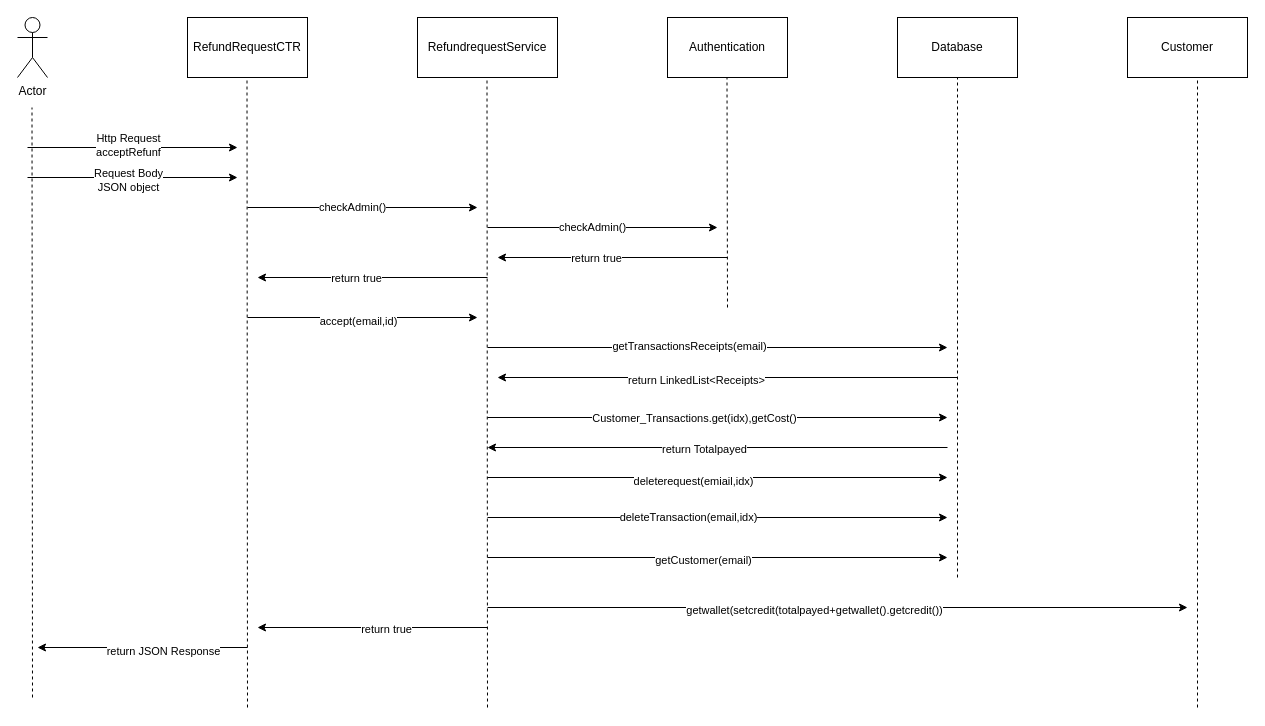
gamdeeen/FawranWebService keeps this draw.io diagram as Sequence Diagrams/acceptRefund.drawio. Above is the earlier version. Source tidied: cells renumbered, new cells numbered last; positions are measured from the earlier drawing's top-left corner, leaving out a move shared by most shapes. Both pictures are drawn from the tidied source at 100%, with x=0, y=0 at pixel (17, 17).
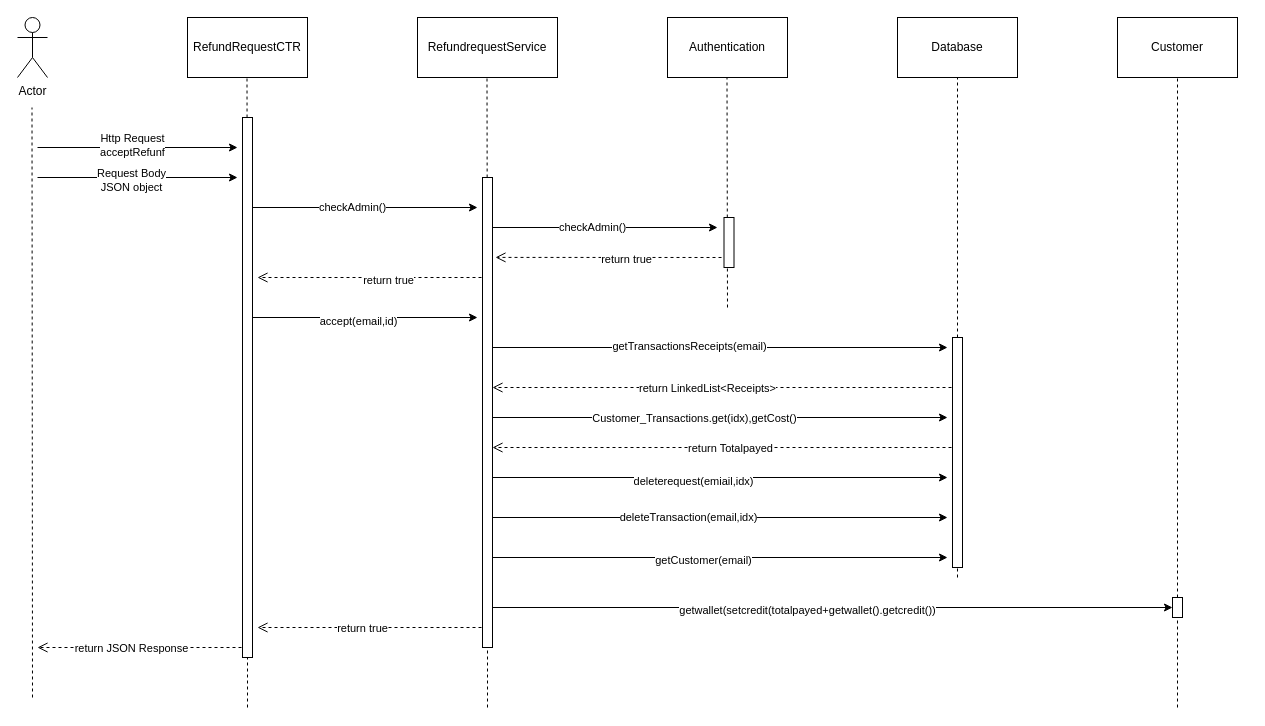
The same diagram, later.

Commit message (it also covers changes not shown here):
added sequence diagrams

Change to the diagram source:
```diff
@@
     <mxCell id="7" value="Customer" style="rounded=0;whiteSpace=wrap;html=1;" parent="1" vertex="1">
-      <mxGeometry x="1110" width="120" height="60" as="geometry" />
+      <mxGeometry x="1100" width="120" height="60" as="geometry" />
     </mxCell>
@@
-    <mxCell id="9" style="endArrow=none;dashed=1;html=1;rounded=0;" parent="1" edge="1">
+    <mxCell id="9" style="endArrow=none;dashed=1;html=1;rounded=0;startArrow=none;" parent="1" edge="1" source="57">
       <mxGeometry relative="1" as="geometry">
-        <mxPoint x="230" y="690" as="sourcePoint" />
         <mxPoint x="229.5" y="60" as="targetPoint" />
       </mxGeometry>
     </mxCell>
-    <mxCell id="10" style="endArrow=none;dashed=1;html=1;rounded=0;" parent="1" edge="1">
+    <mxCell id="10" style="endArrow=none;dashed=1;html=1;rounded=0;startArrow=none;" parent="1" edge="1" source="59">
       <mxGeometry relative="1" as="geometry">
-        <mxPoint x="470" y="690" as="sourcePoint" />
         <mxPoint x="469.5" y="60" as="targetPoint" />
       </mxGeometry>
     </mxCell>
@@
-    <mxCell id="13" style="endArrow=none;dashed=1;html=1;rounded=0;" parent="1" edge="1">
-      <mxGeometry relative="1" as="geometry">
-        <mxPoint x="1180" y="690" as="sourcePoint" />
-        <mxPoint x="1180" y="60" as="targetPoint" />
-      </mxGeometry>
+    <mxCell id="13" style="endArrow=none;dashed=1;html=1;rounded=0;startArrow=none;entryX=0.5;entryY=1;entryDx=0;entryDy=0;" parent="1" edge="1" source="63" target="7">
+      <mxGeometry relative="1" as="geometry" />
     </mxCell>
     <mxCell id="14" style="endArrow=classic;html=1;rounded=0;" parent="1" edge="1">
       <mxGeometry relative="1" as="geometry">
-        <mxPoint x="10" y="130" as="sourcePoint" />
+        <mxPoint x="20" y="130" as="sourcePoint" />
         <mxPoint x="220" y="130" as="targetPoint" />
       </mxGeometry>
     </mxCell>
@@
     <mxCell id="16" style="endArrow=classic;html=1;rounded=0;" parent="1" edge="1">
       <mxGeometry relative="1" as="geometry">
-        <mxPoint x="10" y="160" as="sourcePoint" />
+        <mxPoint x="20" y="160" as="sourcePoint" />
         <mxPoint x="220" y="160" as="targetPoint" />
       </mxGeometry>
     </mxCell>
@@
-    <mxCell id="22" style="endArrow=classic;html=1;rounded=0;" parent="1" edge="1">
-      <mxGeometry relative="1" as="geometry">
-        <mxPoint x="710" y="240" as="sourcePoint" />
-        <mxPoint x="480" y="240" as="targetPoint" />
-      </mxGeometry>
-    </mxCell>
-    <mxCell id="23" value="return true" style="edgeLabel;html=1;align=center;verticalAlign=middle;" parent="22" vertex="1">
-      <mxGeometry x="0.15" relative="1" as="geometry" />
-    </mxCell>
-    <mxCell id="24" style="endArrow=classic;html=1;rounded=0;" parent="1" edge="1">
-      <mxGeometry relative="1" as="geometry">
-        <mxPoint x="470" y="260" as="sourcePoint" />
-        <mxPoint x="240" y="260" as="targetPoint" />
-      </mxGeometry>
-    </mxCell>
-    <mxCell id="25" value="return true" style="edgeLabel;html=1;align=center;verticalAlign=middle;" parent="24" vertex="1">
-      <mxGeometry x="0.15" relative="1" as="geometry" />
-    </mxCell>
@@
-    <mxCell id="30" style="endArrow=classic;html=1;rounded=0;" parent="1" edge="1">
-      <mxGeometry relative="1" as="geometry">
-        <mxPoint x="940" y="360" as="sourcePoint" />
-        <mxPoint x="480" y="360" as="targetPoint" />
-      </mxGeometry>
-    </mxCell>
-    <mxCell id="31" value="return LinkedList&amp;lt;Receipts&amp;gt;" style="edgeLabel;html=1;align=center;verticalAlign=middle;" parent="30" vertex="1">
-      <mxGeometry x="0.14" y="2" relative="1" as="geometry" />
-    </mxCell>
@@
-    <mxCell id="38" style="endArrow=classic;html=1;rounded=0;" parent="1" edge="1">
-      <mxGeometry relative="1" as="geometry">
-        <mxPoint x="930" y="430" as="sourcePoint" />
-        <mxPoint x="470" y="430" as="targetPoint" />
-      </mxGeometry>
-    </mxCell>
-    <mxCell id="39" value="return Totalpayed" style="edgeLabel;html=1;align=center;verticalAlign=middle;" parent="38" vertex="1">
-      <mxGeometry x="0.06" y="1" relative="1" as="geometry" />
-    </mxCell>
@@
-    <mxCell id="42" style="endArrow=classic;html=1;rounded=0;" parent="1" edge="1">
+    <mxCell id="42" style="endArrow=classic;html=1;rounded=0;entryX=0;entryY=0.5;entryDx=0;entryDy=0;" parent="1" edge="1" target="63">
       <mxGeometry relative="1" as="geometry">
         <mxPoint x="470" y="590" as="sourcePoint" />
-        <mxPoint x="1170" y="590" as="targetPoint" />
       </mxGeometry>
     </mxCell>
@@
-    <mxCell id="44" style="endArrow=classic;html=1;rounded=0;" parent="1" edge="1">
-      <mxGeometry relative="1" as="geometry">
-        <mxPoint x="470" y="610" as="sourcePoint" />
-        <mxPoint x="240" y="610" as="targetPoint" />
-      </mxGeometry>
-    </mxCell>
-    <mxCell id="45" value="return true" style="edgeLabel;html=1;align=center;verticalAlign=middle;" parent="44" vertex="1">
-      <mxGeometry x="-0.11" y="1" relative="1" as="geometry" />
-    </mxCell>
-    <mxCell id="46" style="endArrow=classic;html=1;rounded=0;" parent="1" edge="1">
-      <mxGeometry relative="1" as="geometry">
-        <mxPoint x="230" y="630" as="sourcePoint" />
-        <mxPoint x="20" y="630" as="targetPoint" />
-      </mxGeometry>
-    </mxCell>
+    <mxCell id="48" style="html=1;verticalAlign=bottom;endArrow=open;dashed=1;endSize=8;rounded=0;entryX=1.3;entryY=0.17;entryDx=0;entryDy=0;entryPerimeter=0;" parent="1" edge="1" target="59">
+      <mxGeometry x="-1" y="-171" relative="1" as="geometry">
+        <mxPoint x="710" y="240" as="sourcePoint" />
+        <mxPoint x="160" y="111" as="offset" />
+      </mxGeometry>
+    </mxCell>
+    <mxCell id="49" value="return true" style="edgeLabel;html=1;align=center;verticalAlign=middle;" parent="48" vertex="1">
+      <mxGeometry x="-0.13" y="2" relative="1" as="geometry" />
+    </mxCell>
+    <mxCell id="50" style="html=1;verticalAlign=bottom;endArrow=open;dashed=1;endSize=8;rounded=0;" parent="1" edge="1">
+      <mxGeometry x="-1" y="-171" relative="1" as="geometry">
+        <mxPoint x="470" y="260" as="sourcePoint" />
+        <mxPoint x="240" y="260" as="targetPoint" />
+        <mxPoint x="160" y="111" as="offset" />
+      </mxGeometry>
+    </mxCell>
+    <mxCell id="51" value="return true" style="edgeLabel;html=1;align=center;verticalAlign=middle;" parent="50" vertex="1">
+      <mxGeometry x="-0.13" y="2" relative="1" as="geometry" />
+    </mxCell>
+    <mxCell id="52" style="html=1;verticalAlign=bottom;endArrow=open;dashed=1;endSize=8;rounded=0;" parent="1" edge="1">
+      <mxGeometry x="-1" y="-171" relative="1" as="geometry">
+        <mxPoint x="940" y="370" as="sourcePoint" />
+        <mxPoint x="475" y="370" as="targetPoint" />
+        <mxPoint x="160" y="111" as="offset" />
+      </mxGeometry>
+    </mxCell>
+    <mxCell id="31" value="return LinkedList&amp;lt;Receipts&amp;gt;" style="edgeLabel;html=1;align=center;verticalAlign=middle;" parent="52" vertex="1">
+      <mxGeometry x="0.08" relative="1" as="geometry" />
+    </mxCell>
+    <mxCell id="53" style="html=1;verticalAlign=bottom;endArrow=open;dashed=1;endSize=8;rounded=0;" parent="1" edge="1">
+      <mxGeometry x="-1" y="-171" relative="1" as="geometry">
+        <mxPoint x="940" y="430" as="sourcePoint" />
+        <mxPoint x="475" y="430" as="targetPoint" />
+        <mxPoint x="160" y="111" as="offset" />
+      </mxGeometry>
+    </mxCell>
+    <mxCell id="39" value="return Totalpayed" style="edgeLabel;html=1;align=center;verticalAlign=middle;" parent="53" vertex="1">
+      <mxGeometry x="-0.13" y="2" relative="1" as="geometry">
+        <mxPoint x="-26" y="-2" as="offset" />
+      </mxGeometry>
+    </mxCell>
+    <mxCell id="54" style="html=1;verticalAlign=bottom;endArrow=open;dashed=1;endSize=8;rounded=0;" parent="1" edge="1">
+      <mxGeometry x="-1" y="-171" relative="1" as="geometry">
+        <mxPoint x="470" y="610" as="sourcePoint" />
+        <mxPoint x="240" y="610" as="targetPoint" />
+        <mxPoint x="160" y="111" as="offset" />
+      </mxGeometry>
+    </mxCell>
+    <mxCell id="55" value="return true" style="edgeLabel;html=1;align=center;verticalAlign=middle;" parent="54" vertex="1">
+      <mxGeometry x="-0.13" y="2" relative="1" as="geometry">
+        <mxPoint x="-26" y="-2" as="offset" />
+      </mxGeometry>
+    </mxCell>
+    <mxCell id="56" style="html=1;verticalAlign=bottom;endArrow=open;dashed=1;endSize=8;rounded=0;" parent="1" edge="1">
+      <mxGeometry x="-1" y="-171" relative="1" as="geometry">
+        <mxPoint x="230" y="630" as="sourcePoint" />
+        <mxPoint x="20" y="630" as="targetPoint" />
+        <mxPoint x="160" y="111" as="offset" />
+      </mxGeometry>
+    </mxCell>
-    <mxCell id="47" value="return JSON Response" style="edgeLabel;html=1;align=center;verticalAlign=middle;" parent="46" vertex="1">
-      <mxGeometry x="-0.19" y="3" relative="1" as="geometry" />
+    <mxCell id="47" value="return JSON Response" style="edgeLabel;html=1;align=center;verticalAlign=middle;" parent="56" vertex="1">
+      <mxGeometry x="-0.13" y="2" relative="1" as="geometry">
+        <mxPoint x="-26" y="-2" as="offset" />
+      </mxGeometry>
     </mxCell>
+    <mxCell id="57" style="rounded=0;whiteSpace=wrap;html=1;" parent="1" vertex="1">
+      <mxGeometry x="225" y="100" width="10" height="540" as="geometry" />
+    </mxCell>
+    <mxCell id="58" style="endArrow=none;dashed=1;html=1;rounded=0;" parent="1" edge="1" target="57">
+      <mxGeometry relative="1" as="geometry">
+        <mxPoint x="230" y="690" as="sourcePoint" />
+      </mxGeometry>
+    </mxCell>
+    <mxCell id="59" style="rounded=0;whiteSpace=wrap;html=1;" parent="1" vertex="1">
+      <mxGeometry x="465" y="160" width="10" height="470" as="geometry" />
+    </mxCell>
+    <mxCell id="60" style="endArrow=none;dashed=1;html=1;rounded=0;" parent="1" edge="1" target="59">
+      <mxGeometry relative="1" as="geometry">
+        <mxPoint x="470" y="690" as="sourcePoint" />
+      </mxGeometry>
+    </mxCell>
+    <mxCell id="61" style="rounded=0;whiteSpace=wrap;html=1;" parent="1" vertex="1">
+      <mxGeometry x="706.5" y="200" width="10" height="50" as="geometry" />
+    </mxCell>
+    <mxCell id="62" style="rounded=0;whiteSpace=wrap;html=1;" parent="1" vertex="1">
+      <mxGeometry x="935" y="320" width="10" height="230" as="geometry" />
+    </mxCell>
+    <mxCell id="63" style="rounded=0;whiteSpace=wrap;html=1;" parent="1" vertex="1">
+      <mxGeometry x="1155" y="580" width="10" height="20" as="geometry" />
+    </mxCell>
+    <mxCell id="64" style="endArrow=none;dashed=1;html=1;rounded=0;" parent="1" edge="1" target="63">
+      <mxGeometry relative="1" as="geometry">
+        <mxPoint x="1160" y="690" as="sourcePoint" />
+      </mxGeometry>
+    </mxCell>
```
